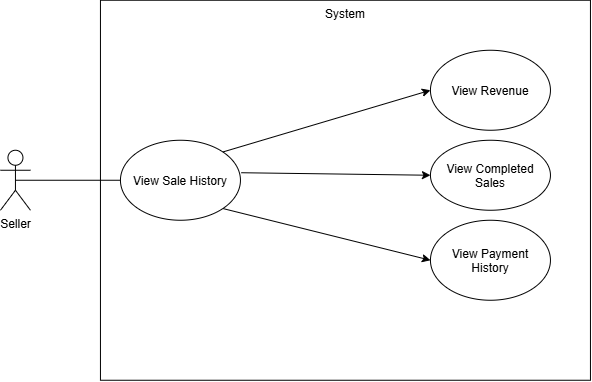
Above: Josh/Delete_Listing.png in ezc9-tech/Sundaland (draw.io), before the change. Source tidied: cells renumbered, new cells last; positions are measured from the earlier drawing's top-left corner, leaving out a move shared by most shapes.
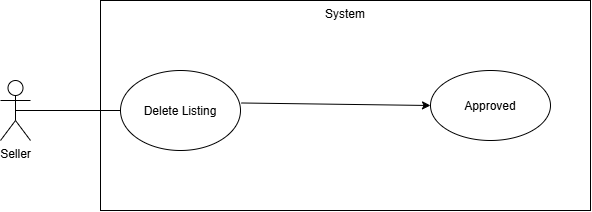
Later version of the same file.

Diff of the diagram source:
```diff
@@ -1,4 +1,4 @@
-<mxGraphModel>
+<mxGraphModel background="light-dark(#ffffff, #121212)">
   <root>
     <mxCell id="0" />
     <mxCell id="1" parent="0" />
@@ -6,31 +6,19 @@
       <mxGeometry y="150" width="30" height="60" as="geometry" />
     </mxCell>
     <mxCell id="3" value="System" style="html=1;whiteSpace=wrap;verticalAlign=top;fillColor=none;" parent="1" vertex="1">
-      <mxGeometry x="100" width="490" height="380" as="geometry" />
+      <mxGeometry x="100" y="70" width="490" height="210" as="geometry" />
     </mxCell>
-    <mxCell id="4" value="View Completed Sales" style="ellipse;whiteSpace=wrap;html=1;shapeInside=1;fillColor=none;" parent="1" vertex="1">
+    <mxCell id="4" value="Approved" style="ellipse;whiteSpace=wrap;html=1;shapeInside=1;fillColor=none;" parent="1" vertex="1">
       <mxGeometry x="430" y="140" width="120" height="70" as="geometry" />
     </mxCell>
     <mxCell id="5" style="endArrow=classic;html=1;rounded=0;exitX=1.006;exitY=0.406;exitDx=0;exitDy=0;exitPerimeter=0;entryX=0;entryY=0.5;entryDx=0;entryDy=0;" parent="1" edge="1" source="6" target="4">
       <mxGeometry relative="1" as="geometry" />
     </mxCell>
-    <mxCell id="6" value="View Sale History" style="ellipse;whiteSpace=wrap;html=1;shapeInside=1;fillColor=none;" parent="1" vertex="1">
+    <mxCell id="6" value="Delete Listing" style="ellipse;whiteSpace=wrap;html=1;shapeInside=1;fillColor=none;" parent="1" vertex="1">
       <mxGeometry x="120" y="140" width="120" height="80" as="geometry" />
     </mxCell>
     <mxCell id="7" style="endArrow=none;html=1;rounded=0;exitX=0.5;exitY=0.5;exitDx=0;exitDy=0;exitPerimeter=0;entryX=0;entryY=0.5;entryDx=0;entryDy=0;" parent="1" edge="1" source="2" target="6">
       <mxGeometry relative="1" as="geometry" />
     </mxCell>
-    <mxCell id="8" value="View Payment History" style="ellipse;whiteSpace=wrap;html=1;shapeInside=1;fillColor=none;" parent="1" vertex="1">
-      <mxGeometry x="430" y="220" width="120" height="80" as="geometry" />
-    </mxCell>
-    <mxCell id="9" value="View Revenue" style="ellipse;whiteSpace=wrap;html=1;shapeInside=1;fillColor=none;" parent="1" vertex="1">
-      <mxGeometry x="430" y="50" width="120" height="80" as="geometry" />
-    </mxCell>
-    <mxCell id="10" style="endArrow=classic;html=1;rounded=0;entryX=0;entryY=0.5;entryDx=0;entryDy=0;exitX=1;exitY=0;exitDx=0;exitDy=0;" parent="1" edge="1" source="6" target="9">
-      <mxGeometry relative="1" as="geometry" />
-    </mxCell>
-    <mxCell id="11" style="endArrow=classic;html=1;rounded=0;exitX=1;exitY=1;exitDx=0;exitDy=0;entryX=0;entryY=0.5;entryDx=0;entryDy=0;" parent="1" edge="1" source="6" target="8">
-      <mxGeometry relative="1" as="geometry" />
-    </mxCell>
   </root>
 </mxGraphModel>
```
